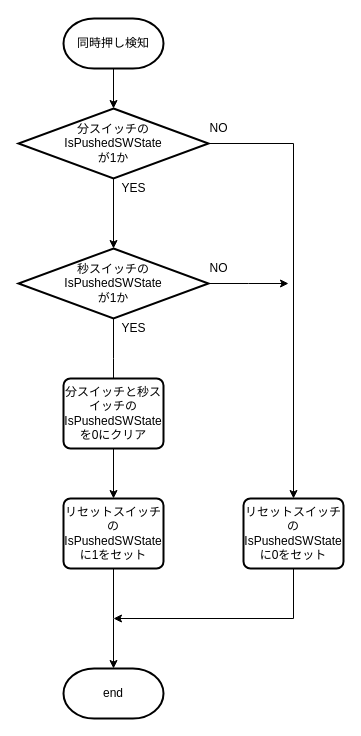
Earlier version of the draw.io diagram page "同時押し検知" (2 of 6) of 資料/設計/フローチャート/InputClass/flowchart_InputClassv0.61.drawio (hakohumi/comp.Kitchen_Timer). Source tidied: cells renumbered, new cells numbered last; positions are measured from the earlier drawing's top-left corner, leaving out a move shared by most shapes. Both pictures are drawn from the tidied source at 100%, with x=0, y=0 at pixel (18, 18).
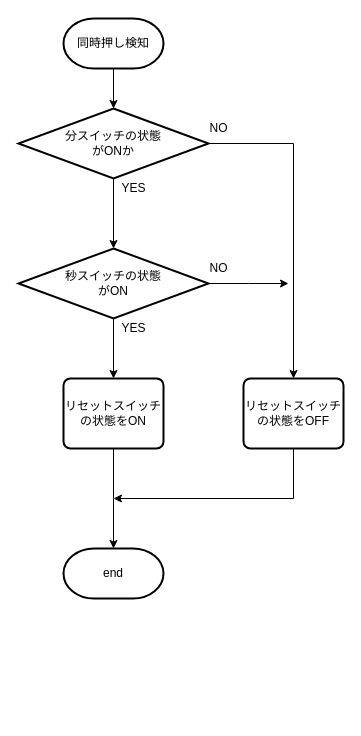
The same diagram, later.

Diff of the diagram source:
```diff
@@
     <mxCell id="4" value="end" style="strokeWidth=2;html=1;shape=mxgraph.flowchart.terminator;whiteSpace=wrap;" parent="1" vertex="1">
-      <mxGeometry x="45" y="650" width="100" height="50" as="geometry" />
+      <mxGeometry x="45" y="530" width="100" height="50" as="geometry" />
     </mxCell>
@@
-    <mxCell id="7" value="分スイッチの&lt;br&gt;IsPushedSWState&lt;br&gt;が1か" style="strokeWidth=2;html=1;shape=mxgraph.flowchart.decision;whiteSpace=wrap;align=center;" parent="1" vertex="1">
+    <mxCell id="7" value="分スイッチの状態&lt;br&gt;がONか" style="strokeWidth=2;html=1;shape=mxgraph.flowchart.decision;whiteSpace=wrap;align=center;" parent="1" vertex="1">
       <mxGeometry y="90" width="190" height="70" as="geometry" />
     </mxCell>
-    <mxCell id="8" style="edgeStyle=orthogonalEdgeStyle;rounded=0;jettySize=auto;html=1;" parent="1" edge="1" source="10">
-      <mxGeometry relative="1" as="geometry">
-        <mxPoint x="95" y="380" as="targetPoint" />
-      </mxGeometry>
+    <mxCell id="8" style="edgeStyle=orthogonalEdgeStyle;rounded=0;jettySize=auto;html=1;entryX=0.5;entryY=0;entryDx=0;entryDy=0;" parent="1" edge="1" source="10" target="14">
+      <mxGeometry relative="1" as="geometry" />
     </mxCell>
@@
-    <mxCell id="10" value="秒スイッチの&lt;br&gt;IsPushedSWState&lt;br&gt;が1か" style="strokeWidth=2;html=1;shape=mxgraph.flowchart.decision;whiteSpace=wrap;align=center;" parent="1" vertex="1">
+    <mxCell id="10" value="秒スイッチの状態&lt;br&gt;がON" style="strokeWidth=2;html=1;shape=mxgraph.flowchart.decision;whiteSpace=wrap;align=center;" parent="1" vertex="1">
       <mxGeometry y="230" width="190" height="70" as="geometry" />
     </mxCell>
-    <mxCell id="11" style="edgeStyle=orthogonalEdgeStyle;rounded=0;jettySize=auto;html=1;" parent="1" edge="1" source="12" target="14">
-      <mxGeometry relative="1" as="geometry" />
-    </mxCell>
-    <mxCell id="12" value="分スイッチと秒スイッチの&lt;br&gt;IsPushedSWState&lt;br&gt;を0にクリア" style="rounded=1;whiteSpace=wrap;html=1;absoluteArcSize=1;arcSize=14;strokeWidth=2;align=center;" parent="1" vertex="1">
-      <mxGeometry x="45" y="360" width="100" height="70" as="geometry" />
-    </mxCell>
     <mxCell id="13" style="edgeStyle=orthogonalEdgeStyle;rounded=0;jettySize=auto;html=1;" parent="1" edge="1" source="14">
       <mxGeometry relative="1" as="geometry">
-        <mxPoint x="95" y="650" as="targetPoint" />
+        <mxPoint x="95" y="530" as="targetPoint" />
       </mxGeometry>
     </mxCell>
-    <mxCell id="14" value="リセットスイッチのIsPushedSWState&lt;br&gt;に1をセット" style="rounded=1;whiteSpace=wrap;html=1;absoluteArcSize=1;arcSize=14;strokeWidth=2;align=center;" parent="1" vertex="1">
-      <mxGeometry x="45" y="480" width="100" height="70" as="geometry" />
+    <mxCell id="14" value="リセットスイッチの状態をON" style="rounded=1;whiteSpace=wrap;html=1;absoluteArcSize=1;arcSize=14;strokeWidth=2;align=center;" parent="1" vertex="1">
+      <mxGeometry x="45" y="360" width="100" height="70" as="geometry" />
     </mxCell>
@@
     <mxCell id="19" style="edgeStyle=orthogonalEdgeStyle;rounded=0;jettySize=auto;html=1;" parent="1" edge="1" source="20">
       <mxGeometry relative="1" as="geometry">
-        <mxPoint x="95" y="600" as="targetPoint" />
+        <mxPoint x="95" y="480" as="targetPoint" />
         <Array as="points">
-          <mxPoint x="275" y="600" />
-          <mxPoint x="95" y="600" />
+          <mxPoint x="275" y="480" />
+          <mxPoint x="95" y="480" />
         </Array>
       </mxGeometry>
     </mxCell>
-    <mxCell id="20" value="リセットスイッチのIsPushedSWState&lt;br&gt;に0をセット" style="rounded=1;whiteSpace=wrap;html=1;absoluteArcSize=1;arcSize=14;strokeWidth=2;align=center;" parent="1" vertex="1">
-      <mxGeometry x="225" y="480" width="100" height="70" as="geometry" />
+    <mxCell id="20" value="リセットスイッチの状態をOFF" style="rounded=1;whiteSpace=wrap;html=1;absoluteArcSize=1;arcSize=14;strokeWidth=2;align=center;" parent="1" vertex="1">
+      <mxGeometry x="225" y="360" width="100" height="70" as="geometry" />
     </mxCell>
```
